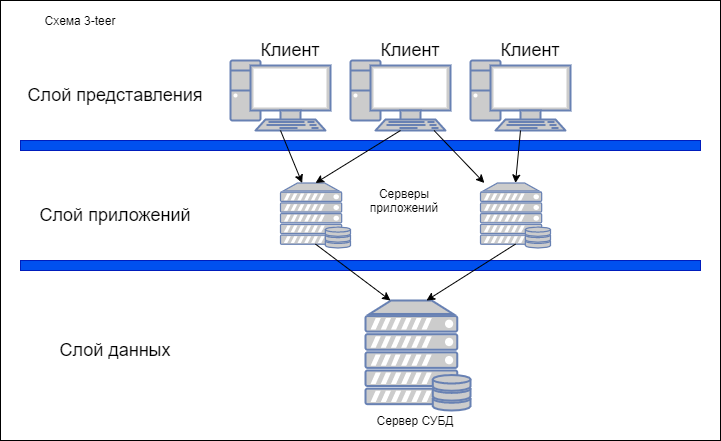
The draw.io diagram docs/ch2/media/08_peer_2_peer.png in s-m-j/arch_course, before a commit. Source tidied: cells renumbered, new cells last; positions are measured from the earlier drawing's top-left corner, leaving out a move shared by most shapes.
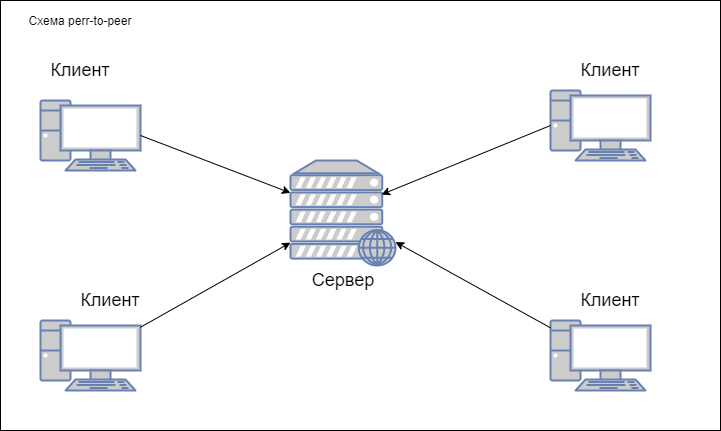
The same diagram one commit later.

Commit message:
исправление ошибок

What changed in the source:
```diff
@@ -3,76 +3,52 @@
     <mxCell id="0" />
     <mxCell id="1" parent="0" />
     <mxCell id="2" style="rounded=0;whiteSpace=wrap;html=1;" parent="1" vertex="1">
-      <mxGeometry width="720" height="440" as="geometry" />
+      <mxGeometry width="720" height="430" as="geometry" />
     </mxCell>
+    <mxCell id="26" style="fontColor=#0066CC;verticalAlign=top;verticalLabelPosition=bottom;labelPosition=center;align=center;html=1;outlineConnect=0;fillColor=#CCCCCC;strokeColor=#6881B3;gradientColor=none;gradientDirection=north;strokeWidth=2;shape=mxgraph.networks.pc;" parent="1" vertex="1">
+      <mxGeometry x="40" y="100" width="100" height="70" as="geometry" />
+    </mxCell>
+    <mxCell id="27" value="&lt;font style=&quot;font-size: 18px&quot;&gt;Сервер&lt;/font&gt;" style="text;html=1;strokeColor=none;fillColor=none;align=center;verticalAlign=middle;whiteSpace=wrap;rounded=0;" parent="1" vertex="1">
+      <mxGeometry x="322.5" y="270" width="40" height="20" as="geometry" />
+    </mxCell>
+    <mxCell id="28" style="endArrow=classic;html=1;exitX=1;exitY=0.5;exitDx=0;exitDy=0;exitPerimeter=0;" parent="1" edge="1" source="26" target="29">
+      <mxGeometry relative="1" as="geometry" />
+    </mxCell>
-    <mxCell id="3" value="&lt;font style=&quot;font-size: 18px&quot;&gt;Слой представления&lt;/font&gt;" style="text;html=1;strokeColor=none;fillColor=none;align=center;verticalAlign=middle;whiteSpace=wrap;rounded=0;" parent="1" vertex="1">
-      <mxGeometry x="20" y="85" width="190" height="20" as="geometry" />
+    <mxCell id="3" value="&lt;font style=&quot;font-size: 18px&quot;&gt;Клиент&lt;/font&gt;" style="text;html=1;strokeColor=none;fillColor=none;align=center;verticalAlign=middle;whiteSpace=wrap;rounded=0;" parent="1" vertex="1">
+      <mxGeometry x="60" y="60" width="40" height="20" as="geometry" />
     </mxCell>
+    <mxCell id="29" style="fontColor=#0066CC;verticalAlign=top;verticalLabelPosition=bottom;labelPosition=center;align=center;html=1;outlineConnect=0;fillColor=#CCCCCC;strokeColor=#6881B3;gradientColor=none;gradientDirection=north;strokeWidth=2;shape=mxgraph.networks.web_server;" parent="1" vertex="1">
+      <mxGeometry x="290" y="160" width="105" height="105" as="geometry" />
+    </mxCell>
+    <mxCell id="30" style="fontColor=#0066CC;verticalAlign=top;verticalLabelPosition=bottom;labelPosition=center;align=center;html=1;outlineConnect=0;fillColor=#CCCCCC;strokeColor=#6881B3;gradientColor=none;gradientDirection=north;strokeWidth=2;shape=mxgraph.networks.pc;" parent="1" vertex="1">
+      <mxGeometry x="40" y="320" width="100" height="70" as="geometry" />
+    </mxCell>
+    <mxCell id="31" style="fontColor=#0066CC;verticalAlign=top;verticalLabelPosition=bottom;labelPosition=center;align=center;html=1;outlineConnect=0;fillColor=#CCCCCC;strokeColor=#6881B3;gradientColor=none;gradientDirection=north;strokeWidth=2;shape=mxgraph.networks.pc;" parent="1" vertex="1">
+      <mxGeometry x="550" y="90" width="100" height="70" as="geometry" />
+    </mxCell>
+    <mxCell id="32" style="fontColor=#0066CC;verticalAlign=top;verticalLabelPosition=bottom;labelPosition=center;align=center;html=1;outlineConnect=0;fillColor=#CCCCCC;strokeColor=#6881B3;gradientColor=none;gradientDirection=north;strokeWidth=2;shape=mxgraph.networks.pc;" parent="1" vertex="1">
+      <mxGeometry x="550" y="320" width="100" height="70" as="geometry" />
+    </mxCell>
+    <mxCell id="33" style="endArrow=classic;html=1;" parent="1" edge="1" source="30" target="29">
+      <mxGeometry relative="1" as="geometry" />
+    </mxCell>
+    <mxCell id="34" style="endArrow=classic;html=1;exitX=0;exitY=0.5;exitDx=0;exitDy=0;exitPerimeter=0;entryX=0.867;entryY=0.324;entryDx=0;entryDy=0;entryPerimeter=0;" parent="1" edge="1" source="31" target="29">
+      <mxGeometry relative="1" as="geometry" />
+    </mxCell>
+    <mxCell id="35" style="endArrow=classic;html=1;" parent="1" edge="1" source="32" target="29">
+      <mxGeometry relative="1" as="geometry" />
+    </mxCell>
+    <mxCell id="36" value="&lt;font style=&quot;font-size: 18px&quot;&gt;Клиент&lt;/font&gt;" style="text;html=1;strokeColor=none;fillColor=none;align=center;verticalAlign=middle;whiteSpace=wrap;rounded=0;" parent="1" vertex="1">
+      <mxGeometry x="590" y="60" width="40" height="20" as="geometry" />
+    </mxCell>
+    <mxCell id="37" value="&lt;font style=&quot;font-size: 18px&quot;&gt;Клиент&lt;/font&gt;" style="text;html=1;strokeColor=none;fillColor=none;align=center;verticalAlign=middle;whiteSpace=wrap;rounded=0;" parent="1" vertex="1">
+      <mxGeometry x="590" y="290" width="40" height="20" as="geometry" />
+    </mxCell>
+    <mxCell id="38" value="&lt;font style=&quot;font-size: 18px&quot;&gt;Клиент&lt;/font&gt;" style="text;html=1;strokeColor=none;fillColor=none;align=center;verticalAlign=middle;whiteSpace=wrap;rounded=0;" parent="1" vertex="1">
+      <mxGeometry x="90" y="290" width="40" height="20" as="geometry" />
+    </mxCell>
-    <mxCell id="4" value="Схема 3-teer" style="text;html=1;strokeColor=none;fillColor=none;align=center;verticalAlign=middle;whiteSpace=wrap;rounded=0;" parent="1" vertex="1">
+    <mxCell id="4" value="Схема perr-to-peer" style="text;html=1;strokeColor=none;fillColor=none;align=center;verticalAlign=middle;whiteSpace=wrap;rounded=0;" parent="1" vertex="1">
       <mxGeometry x="20" y="10" width="120" height="20" as="geometry" />
     </mxCell>
-    <mxCell id="5" style="fontColor=#0066CC;verticalAlign=top;verticalLabelPosition=bottom;labelPosition=center;align=center;html=1;outlineConnect=0;fillColor=#CCCCCC;strokeColor=#6881B3;gradientColor=none;gradientDirection=north;strokeWidth=2;shape=mxgraph.networks.pc;" parent="1" vertex="1">
-      <mxGeometry x="230" y="60" width="100" height="70" as="geometry" />
-    </mxCell>
-    <mxCell id="6" value="&lt;font style=&quot;font-size: 18px&quot;&gt;Клиент&lt;/font&gt;" style="text;html=1;strokeColor=none;fillColor=none;align=center;verticalAlign=middle;whiteSpace=wrap;rounded=0;" parent="1" vertex="1">
-      <mxGeometry x="270" y="40" width="40" height="20" as="geometry" />
-    </mxCell>
-    <mxCell id="7" style="fontColor=#0066CC;verticalAlign=top;verticalLabelPosition=bottom;labelPosition=center;align=center;html=1;outlineConnect=0;fillColor=#CCCCCC;strokeColor=#6881B3;gradientColor=none;gradientDirection=north;strokeWidth=2;shape=mxgraph.networks.pc;" parent="1" vertex="1">
-      <mxGeometry x="350" y="60" width="100" height="70" as="geometry" />
-    </mxCell>
-    <mxCell id="8" value="&lt;font style=&quot;font-size: 18px&quot;&gt;Клиент&lt;/font&gt;" style="text;html=1;strokeColor=none;fillColor=none;align=center;verticalAlign=middle;whiteSpace=wrap;rounded=0;" parent="1" vertex="1">
-      <mxGeometry x="390" y="40" width="40" height="20" as="geometry" />
-    </mxCell>
-    <mxCell id="9" style="fontColor=#0066CC;verticalAlign=top;verticalLabelPosition=bottom;labelPosition=center;align=center;html=1;outlineConnect=0;fillColor=#CCCCCC;strokeColor=#6881B3;gradientColor=none;gradientDirection=north;strokeWidth=2;shape=mxgraph.networks.pc;" parent="1" vertex="1">
-      <mxGeometry x="470" y="60" width="100" height="70" as="geometry" />
-    </mxCell>
-    <mxCell id="10" value="&lt;font style=&quot;font-size: 18px&quot;&gt;Клиент&lt;/font&gt;" style="text;html=1;strokeColor=none;fillColor=none;align=center;verticalAlign=middle;whiteSpace=wrap;rounded=0;" parent="1" vertex="1">
-      <mxGeometry x="510" y="40" width="40" height="20" as="geometry" />
-    </mxCell>
-    <mxCell id="11" style="rounded=0;whiteSpace=wrap;html=1;fillColor=#0050ef;strokeColor=#001DBC;fontColor=#ffffff;" parent="1" vertex="1">
-      <mxGeometry x="20" y="140" width="680" height="10" as="geometry" />
-    </mxCell>
-    <mxCell id="12" style="rounded=0;whiteSpace=wrap;html=1;fillColor=#0050ef;strokeColor=#001DBC;fontColor=#ffffff;" parent="1" vertex="1">
-      <mxGeometry x="20" y="260" width="680" height="10" as="geometry" />
-    </mxCell>
-    <mxCell id="13" style="fontColor=#0066CC;verticalAlign=top;verticalLabelPosition=bottom;labelPosition=center;align=center;html=1;outlineConnect=0;fillColor=#CCCCCC;strokeColor=#6881B3;gradientColor=none;gradientDirection=north;strokeWidth=2;shape=mxgraph.networks.server_storage;" parent="1" vertex="1">
-      <mxGeometry x="365" y="300" width="105" height="110" as="geometry" />
-    </mxCell>
-    <mxCell id="14" style="fontColor=#0066CC;verticalAlign=top;verticalLabelPosition=bottom;labelPosition=center;align=center;html=1;outlineConnect=0;fillColor=#CCCCCC;strokeColor=#6881B3;gradientColor=none;gradientDirection=north;strokeWidth=2;shape=mxgraph.networks.server_storage;" parent="1" vertex="1">
-      <mxGeometry x="280" y="182.5" width="70" height="65" as="geometry" />
-    </mxCell>
-    <mxCell id="15" style="fontColor=#0066CC;verticalAlign=top;verticalLabelPosition=bottom;labelPosition=center;align=center;html=1;outlineConnect=0;fillColor=#CCCCCC;strokeColor=#6881B3;gradientColor=none;gradientDirection=north;strokeWidth=2;shape=mxgraph.networks.server_storage;" parent="1" vertex="1">
-      <mxGeometry x="480" y="182.5" width="70" height="65" as="geometry" />
-    </mxCell>
-    <mxCell id="16" value="&lt;font style=&quot;font-size: 18px&quot;&gt;Слой приложений&lt;/font&gt;" style="text;html=1;strokeColor=none;fillColor=none;align=center;verticalAlign=middle;whiteSpace=wrap;rounded=0;" parent="1" vertex="1">
-      <mxGeometry x="20" y="205" width="190" height="20" as="geometry" />
-    </mxCell>
-    <mxCell id="17" value="&lt;font style=&quot;font-size: 18px&quot;&gt;Слой данных&lt;/font&gt;" style="text;html=1;strokeColor=none;fillColor=none;align=center;verticalAlign=middle;whiteSpace=wrap;rounded=0;" parent="1" vertex="1">
-      <mxGeometry x="20" y="340" width="190" height="20" as="geometry" />
-    </mxCell>
-    <mxCell id="18" style="endArrow=classic;html=1;" parent="1" edge="1" source="7" target="15">
-      <mxGeometry relative="1" as="geometry" />
-    </mxCell>
-    <mxCell id="19" style="endArrow=classic;html=1;exitX=0.5;exitY=1;exitDx=0;exitDy=0;exitPerimeter=0;entryX=0.5;entryY=0;entryDx=0;entryDy=0;entryPerimeter=0;" parent="1" edge="1" source="7" target="14">
-      <mxGeometry relative="1" as="geometry" />
-    </mxCell>
-    <mxCell id="20" style="endArrow=classic;html=1;exitX=0.5;exitY=1;exitDx=0;exitDy=0;exitPerimeter=0;" parent="1" edge="1" source="5" target="14">
-      <mxGeometry relative="1" as="geometry" />
-    </mxCell>
-    <mxCell id="21" style="endArrow=classic;html=1;exitX=0.5;exitY=1;exitDx=0;exitDy=0;exitPerimeter=0;entryX=0.5;entryY=0;entryDx=0;entryDy=0;entryPerimeter=0;" parent="1" edge="1" source="9" target="15">
-      <mxGeometry relative="1" as="geometry" />
-    </mxCell>
-    <mxCell id="22" style="endArrow=classic;html=1;exitX=0.5;exitY=0.94;exitDx=0;exitDy=0;exitPerimeter=0;entryX=0.238;entryY=0;entryDx=0;entryDy=0;entryPerimeter=0;" parent="1" edge="1" source="14" target="13">
-      <mxGeometry relative="1" as="geometry" />
-    </mxCell>
-    <mxCell id="23" style="endArrow=classic;html=1;exitX=0.5;exitY=0.94;exitDx=0;exitDy=0;exitPerimeter=0;entryX=0.581;entryY=0;entryDx=0;entryDy=0;entryPerimeter=0;" parent="1" edge="1" source="15" target="13">
-      <mxGeometry relative="1" as="geometry" />
-    </mxCell>
-    <mxCell id="24" value="Серверы приложений" style="text;html=1;strokeColor=none;fillColor=none;align=center;verticalAlign=middle;whiteSpace=wrap;rounded=0;" parent="1" vertex="1">
-      <mxGeometry x="384" y="190" width="40" height="20" as="geometry" />
-    </mxCell>
-    <mxCell id="25" value="Сервер СУБД" style="text;html=1;strokeColor=none;fillColor=none;align=center;verticalAlign=middle;whiteSpace=wrap;rounded=0;" parent="1" vertex="1">
-      <mxGeometry x="360" y="410" width="110" height="20" as="geometry" />
-    </mxCell>
   </root>
 </mxGraphModel>
```
